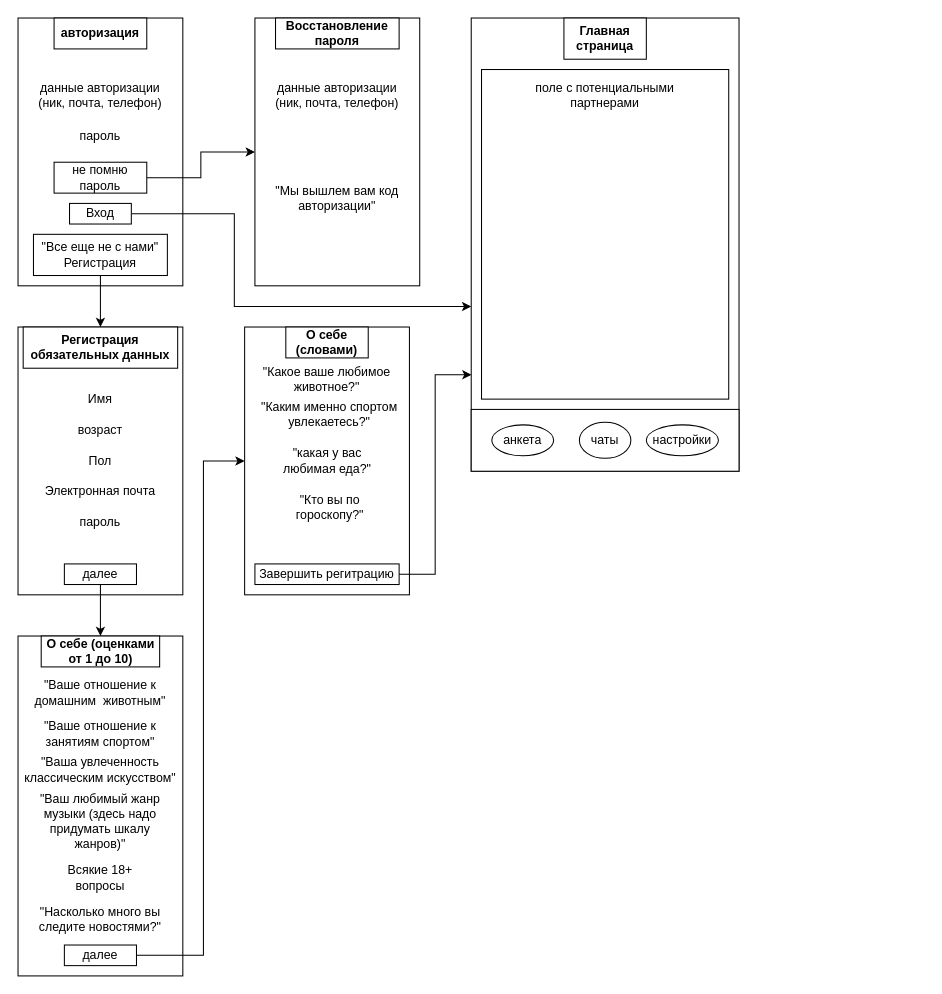
Above: Диаграмма без названия.drawio in OskarGaliullin231-329/tinder-analog (draw.io), before the change. Source tidied: cells renumbered, new cells numbered last; positions are measured from the earlier drawing's top-left corner, leaving out a move shared by most shapes. Both pictures are drawn from the tidied source at 103%, with x=0, y=0 at pixel (18, 18).
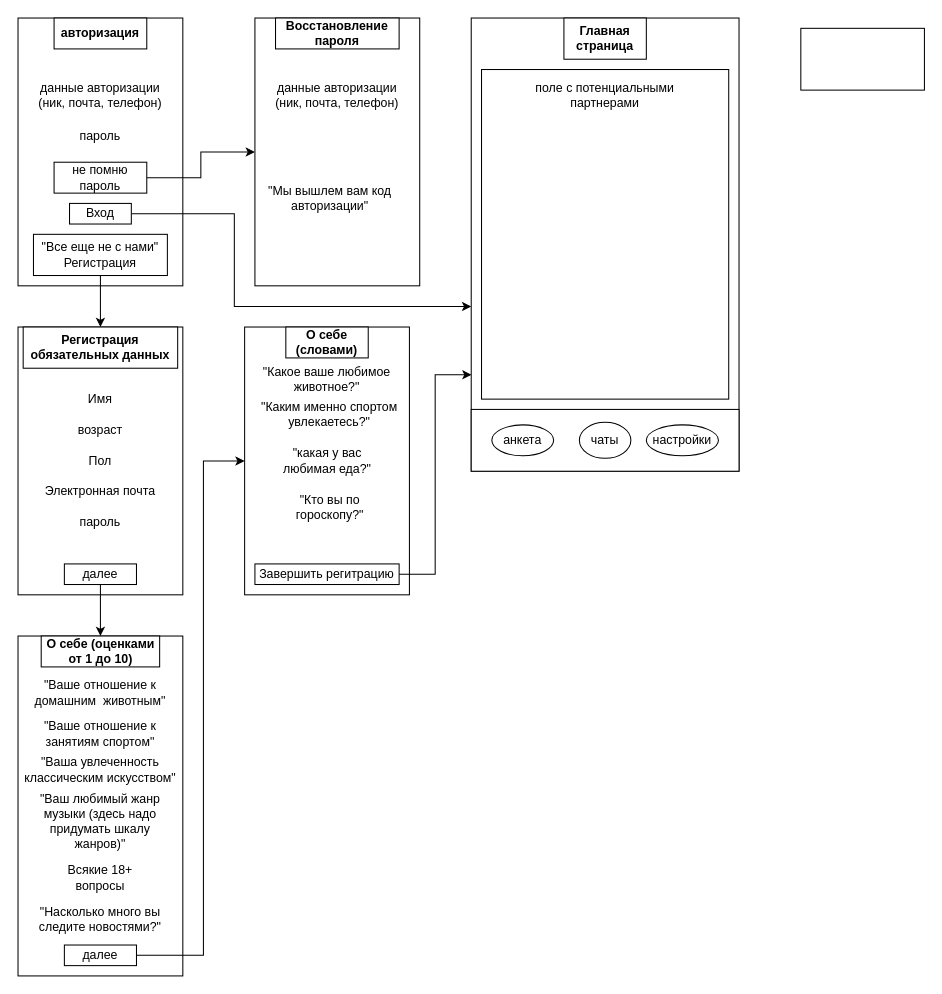
Above is the later version.

What changed in the source:
```diff
@@
     <mxCell id="11" value="&quot;Мы вышлем вам код авторизации&quot;" style="text;html=1;strokeColor=none;fillColor=none;align=center;verticalAlign=middle;whiteSpace=wrap;rounded=0;" parent="1" vertex="1">
-      <mxGeometry x="235" y="160" width="150" height="30" as="geometry" />
+      <mxGeometry x="227.5" y="160" width="150" height="30" as="geometry" />
     </mxCell>
@@
+    <mxCell id="51" style="rounded=0;whiteSpace=wrap;html=1;" parent="1" vertex="1">
+      <mxGeometry x="760" y="10" width="120" height="60" as="geometry" />
+    </mxCell>
```
